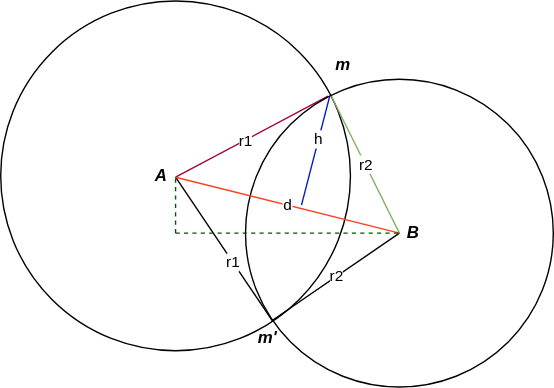
The draw.io diagram src/main/resources/details/Solution1.svg in Manflack/position-triangulation-challenge, before a commit. Source tidied: cells renumbered, new cells last; positions are measured from the earlier drawing's top-left corner, leaving out a move shared by most shapes. The source it was exported from:
```xml
<mxGraphModel>
  <root>
    <mxCell id="0" />
    <mxCell id="1" parent="0" />
    <mxCell id="2" style="ellipse;whiteSpace=wrap;html=1;fillColor=none;" parent="1" vertex="1">
      <mxGeometry width="250" height="250" as="geometry" />
    </mxCell>
    <mxCell id="3" style="endArrow=none;html=1;entryX=0.268;entryY=0.055;entryDx=0;entryDy=0;entryPerimeter=0;fillColor=#d80073;strokeColor=#A50040;" parent="1" edge="1" target="5">
      <mxGeometry relative="1" as="geometry">
        <mxPoint x="125" y="126" as="sourcePoint" />
      </mxGeometry>
    </mxCell>
    <mxCell id="4" value="r1" style="edgeLabel;html=1;align=center;verticalAlign=middle;" parent="3" vertex="1">
      <mxGeometry x="-0.09" relative="1" as="geometry" />
    </mxCell>
    <mxCell id="5" style="ellipse;whiteSpace=wrap;html=1;perimeterSpacing=0;sketch=0;shadow=0;fillColor=none;" parent="1" vertex="1">
      <mxGeometry x="175" y="56" width="220" height="220" as="geometry" />
    </mxCell>
    <mxCell id="6" style="endArrow=none;html=1;entryX=0.088;entryY=0.786;entryDx=0;entryDy=0;entryPerimeter=0;" parent="1" edge="1" target="5">
      <mxGeometry relative="1" as="geometry">
        <mxPoint x="125" y="126" as="sourcePoint" />
      </mxGeometry>
    </mxCell>
    <mxCell id="7" value="r1" style="edgeLabel;html=1;align=center;verticalAlign=middle;" parent="6" vertex="1">
      <mxGeometry x="0.19" relative="1" as="geometry" />
    </mxCell>
    <mxCell id="8" value="r2" style="endArrow=none;html=1;entryX=0.5;entryY=0.5;entryDx=0;entryDy=0;entryPerimeter=0;exitX=0.279;exitY=0.055;exitDx=0;exitDy=0;exitPerimeter=0;fillColor=#d5e8d4;strokeColor=#82b366;" parent="1" edge="1" source="5" target="5">
      <mxGeometry relative="1" as="geometry" />
    </mxCell>
    <mxCell id="9" value="r2" style="endArrow=none;html=1;exitX=0.089;exitY=0.782;exitDx=0;exitDy=0;exitPerimeter=0;" parent="1" edge="1" source="5">
      <mxGeometry relative="1" as="geometry">
        <mxPoint x="285" y="166" as="targetPoint" />
      </mxGeometry>
    </mxCell>
    <mxCell id="10" value="d" style="endArrow=none;html=1;fillColor=#f8cecc;strokeColor=#FF4019;" parent="1" edge="1">
      <mxGeometry relative="1" as="geometry">
        <mxPoint x="125" y="126" as="sourcePoint" />
        <mxPoint x="285" y="166" as="targetPoint" />
      </mxGeometry>
    </mxCell>
    <mxCell id="11" style="endArrow=none;html=1;strokeColor=#001DBC;entryX=0.273;entryY=0.057;entryDx=0;entryDy=0;entryPerimeter=0;fillColor=#0050ef;" parent="1" edge="1" target="5">
      <mxGeometry relative="1" as="geometry">
        <mxPoint x="215" y="146" as="sourcePoint" />
      </mxGeometry>
    </mxCell>
    <mxCell id="12" value="h" style="edgeLabel;html=1;align=center;verticalAlign=middle;" parent="11" vertex="1">
      <mxGeometry x="0.22" relative="1" as="geometry" />
    </mxCell>
    <mxCell id="13" value="A" style="text;html=1;strokeColor=none;fillColor=none;align=center;verticalAlign=middle;whiteSpace=wrap;rounded=0;shadow=0;sketch=0;fontStyle=3;" parent="1" vertex="1">
      <mxGeometry x="95" y="115" width="40" height="20" as="geometry" />
    </mxCell>
    <mxCell id="14" value="B" style="text;html=1;strokeColor=none;fillColor=none;align=center;verticalAlign=middle;whiteSpace=wrap;rounded=0;shadow=0;sketch=0;fontStyle=3;" parent="1" vertex="1">
      <mxGeometry x="275" y="156" width="40" height="20" as="geometry" />
    </mxCell>
    <mxCell id="15" value="m" style="text;html=1;align=center;verticalAlign=middle;whiteSpace=wrap;rounded=0;shadow=0;sketch=0;glass=0;fontStyle=3;" parent="1" vertex="1">
      <mxGeometry x="225" y="36" width="40" height="20" as="geometry" />
    </mxCell>
    <mxCell id="16" value="m'" style="text;html=1;strokeColor=none;fillColor=none;align=center;verticalAlign=middle;whiteSpace=wrap;rounded=0;shadow=0;sketch=0;fontStyle=3;" parent="1" vertex="1">
      <mxGeometry x="171" y="231" width="40" height="20" as="geometry" />
    </mxCell>
    <mxCell id="17" style="endArrow=none;html=1;strokeColor=#005700;exitX=0.5;exitY=0.664;exitDx=0;exitDy=0;exitPerimeter=0;fillColor=#008a00;dashed=1;" parent="1" edge="1" source="2">
      <mxGeometry relative="1" as="geometry">
        <mxPoint x="285" y="166" as="targetPoint" />
      </mxGeometry>
    </mxCell>
    <mxCell id="18" style="endArrow=none;html=1;strokeColor=#005700;entryX=0.75;entryY=0.55;entryDx=0;entryDy=0;entryPerimeter=0;fillColor=#008a00;snapToPoint=0;fixDash=0;noJump=0;comic=0;dashed=1;" parent="1" edge="1" target="13">
      <mxGeometry relative="1" as="geometry">
        <mxPoint x="125" y="166" as="sourcePoint" />
      </mxGeometry>
    </mxCell>
  </root>
</mxGraphModel>
```
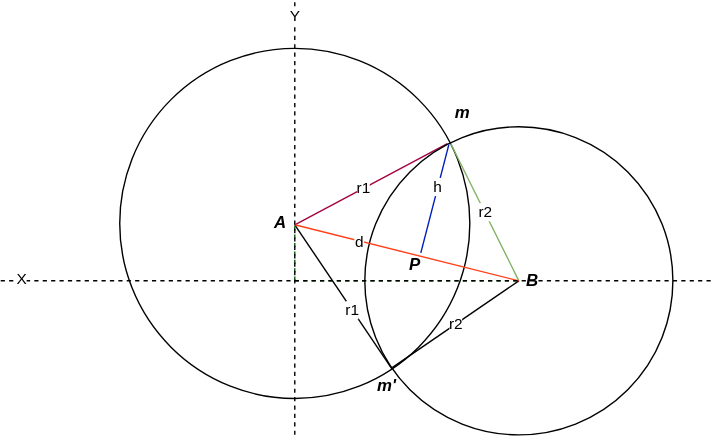
Above is the later version.

The edit, as a diff of the source:
```diff
@@ -32,12 +32,15 @@
         <mxPoint x="285" y="166" as="targetPoint" />
       </mxGeometry>
     </mxCell>
-    <mxCell id="10" value="d" style="endArrow=none;html=1;fillColor=#f8cecc;strokeColor=#FF4019;" parent="1" edge="1">
+    <mxCell id="10" style="endArrow=none;html=1;fillColor=#f8cecc;strokeColor=#FF4019;" parent="1" edge="1">
       <mxGeometry relative="1" as="geometry">
         <mxPoint x="125" y="126" as="sourcePoint" />
         <mxPoint x="285" y="166" as="targetPoint" />
       </mxGeometry>
     </mxCell>
+    <mxCell id="19" value="d" style="edgeLabel;html=1;align=center;verticalAlign=middle;" parent="10" vertex="1">
+      <mxGeometry x="-0.43" relative="1" as="geometry" />
+    </mxCell>
     <mxCell id="11" style="endArrow=none;html=1;strokeColor=#001DBC;entryX=0.273;entryY=0.057;entryDx=0;entryDy=0;entryPerimeter=0;fillColor=#0050ef;" parent="1" edge="1" target="5">
       <mxGeometry relative="1" as="geometry">
         <mxPoint x="215" y="146" as="sourcePoint" />
@@ -68,5 +71,26 @@
         <mxPoint x="125" y="166" as="sourcePoint" />
       </mxGeometry>
     </mxCell>
+    <mxCell id="20" style="endArrow=none;dashed=1;html=1;" parent="1" edge="1">
+      <mxGeometry relative="1" as="geometry">
+        <mxPoint x="-85" y="166" as="sourcePoint" />
+        <mxPoint x="425" y="166" as="targetPoint" />
+      </mxGeometry>
+    </mxCell>
+    <mxCell id="21" value="X" style="edgeLabel;html=1;align=center;verticalAlign=middle;" parent="20" vertex="1">
+      <mxGeometry x="-0.94" y="1" relative="1" as="geometry" />
+    </mxCell>
+    <mxCell id="22" style="endArrow=none;dashed=1;html=1;" parent="1" edge="1">
+      <mxGeometry relative="1" as="geometry">
+        <mxPoint x="125" y="276" as="sourcePoint" />
+        <mxPoint x="125" y="-34" as="targetPoint" />
+      </mxGeometry>
+    </mxCell>
+    <mxCell id="23" value="Y" style="edgeLabel;html=1;align=center;verticalAlign=middle;" parent="22" vertex="1">
+      <mxGeometry x="0.93" relative="1" as="geometry" />
+    </mxCell>
+    <mxCell id="24" value="P" style="text;html=1;strokeColor=none;fillColor=none;align=center;verticalAlign=middle;whiteSpace=wrap;rounded=0;shadow=0;sketch=0;fontStyle=3;" parent="1" vertex="1">
+      <mxGeometry x="191" y="145" width="40" height="20" as="geometry" />
+    </mxCell>
   </root>
 </mxGraphModel>
```
